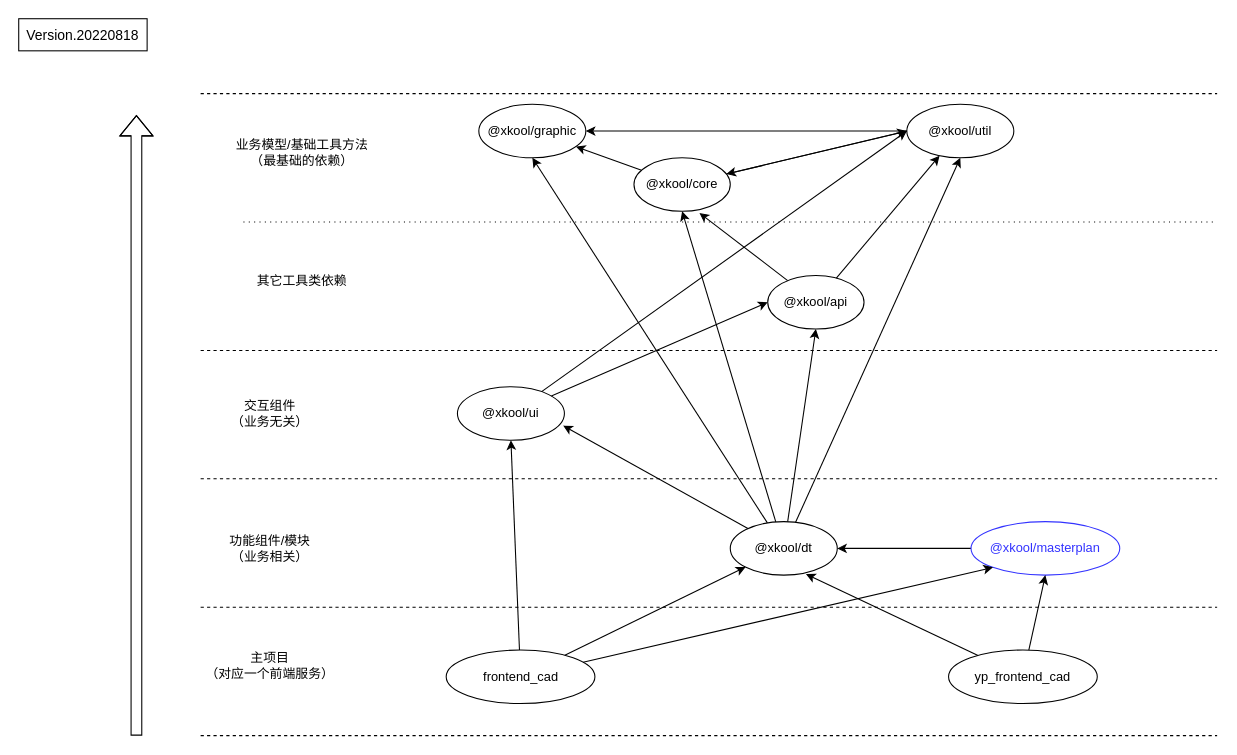
Earlier version of the draw.io diagram page "服务依赖图" (3 of 3) of xk/component_refactor.drawio (fqd511/charts). Source tidied: cells renumbered, new cells numbered last; positions are measured from the earlier drawing's top-left corner, leaving out a move shared by most shapes. Both pictures are drawn from the tidied source at 107%, with x=0, y=0 at pixel (18, 18).
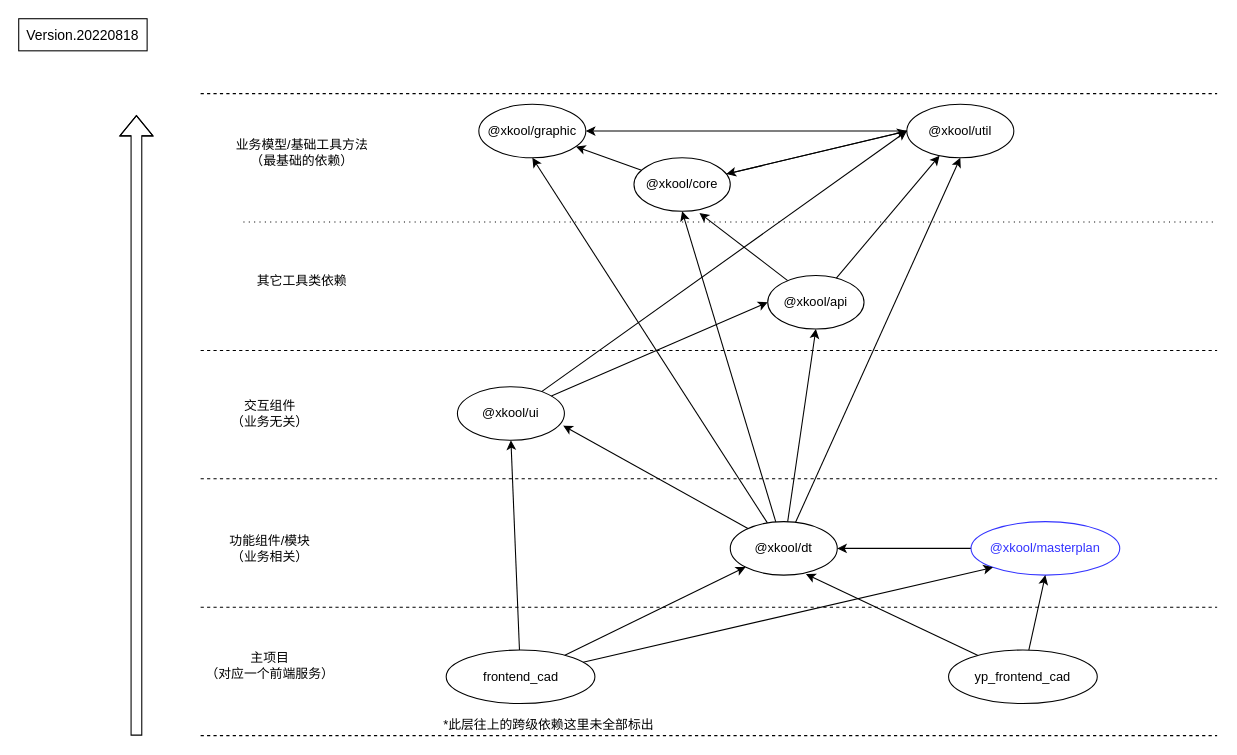
The same page after the edit.

What changed in the source:
```diff
@@
+    <mxCell id="43" value="*此层往上的跨级依赖这里未全部标出" style="text;html=1;strokeColor=none;fillColor=none;align=center;verticalAlign=middle;whiteSpace=wrap;rounded=0;" parent="1" vertex="1">
+      <mxGeometry x="370" y="650" width="250.5" height="20" as="geometry" />
+    </mxCell>
```
